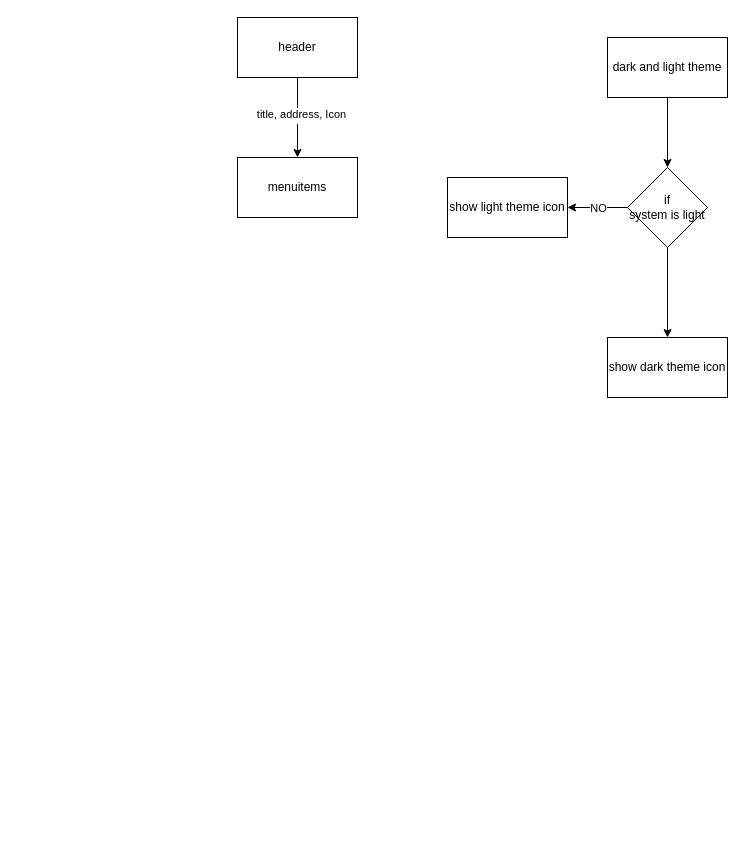
This is projects/Project-IMDB/docs/router.dio from SARSmars/fullstack-portfolio, a draw.io file, before an edit. Source tidied: cells renumbered, new cells numbered last; positions are measured from the earlier drawing's top-left corner, leaving out a move shared by most shapes. Both pictures are drawn from the tidied source at 100%, with x=0, y=0 at pixel (237, 17).
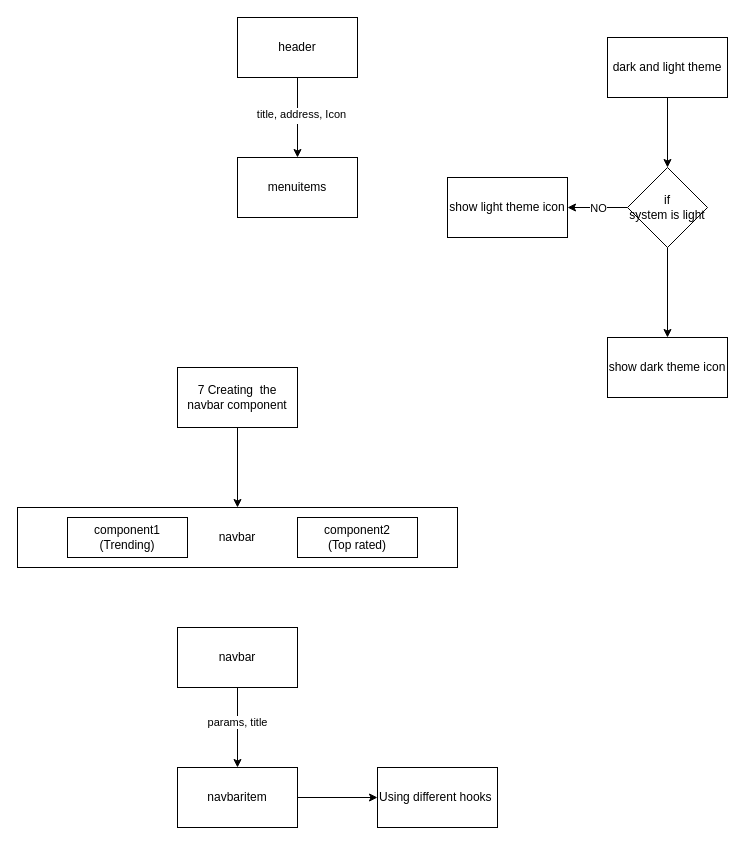
Above is the later version.

Commit message (it also covers changes not shown here):
create navbar component

The edit, as a diff of the source:
```diff
@@
+    <mxCell id="15" style="edgeStyle=none;html=1;" parent="1" edge="1" source="16" target="17">
+      <mxGeometry relative="1" as="geometry" />
+    </mxCell>
+    <mxCell id="16" value="7 Creating&amp;nbsp; the navbar component" style="whiteSpace=wrap;html=1;" parent="1" vertex="1">
+      <mxGeometry x="-60" y="350" width="120" height="60" as="geometry" />
+    </mxCell>
+    <mxCell id="17" value="navbar" style="whiteSpace=wrap;html=1;" parent="1" vertex="1">
+      <mxGeometry x="-220" y="490" width="440" height="60" as="geometry" />
+    </mxCell>
+    <mxCell id="18" value="component1&lt;div&gt;(Trending)&lt;/div&gt;" style="whiteSpace=wrap;html=1;" parent="1" vertex="1">
+      <mxGeometry x="-170" y="500" width="120" height="40" as="geometry" />
+    </mxCell>
+    <mxCell id="19" value="component2&lt;div&gt;(Top rated)&lt;/div&gt;" style="whiteSpace=wrap;html=1;" parent="1" vertex="1">
+      <mxGeometry x="60" y="500" width="120" height="40" as="geometry" />
+    </mxCell>
+    <mxCell id="20" style="edgeStyle=none;html=1;" parent="1" edge="1" source="22" target="24">
+      <mxGeometry relative="1" as="geometry" />
+    </mxCell>
+    <mxCell id="21" value="params, title" style="edgeLabel;html=1;align=center;verticalAlign=middle;" parent="20" vertex="1">
+      <mxGeometry x="-0.15" y="-1" relative="1" as="geometry" />
+    </mxCell>
+    <mxCell id="22" value="navbar" style="whiteSpace=wrap;html=1;" parent="1" vertex="1">
+      <mxGeometry x="-60" y="610" width="120" height="60" as="geometry" />
+    </mxCell>
+    <mxCell id="23" style="edgeStyle=none;html=1;" parent="1" edge="1" source="24" target="25">
+      <mxGeometry relative="1" as="geometry" />
+    </mxCell>
+    <mxCell id="24" value="navbaritem" style="whiteSpace=wrap;html=1;" parent="1" vertex="1">
+      <mxGeometry x="-60" y="750" width="120" height="60" as="geometry" />
+    </mxCell>
+    <mxCell id="25" value="Using different hooks&amp;nbsp;" style="whiteSpace=wrap;html=1;" parent="1" vertex="1">
+      <mxGeometry x="140" y="750" width="120" height="60" as="geometry" />
+    </mxCell>
```
